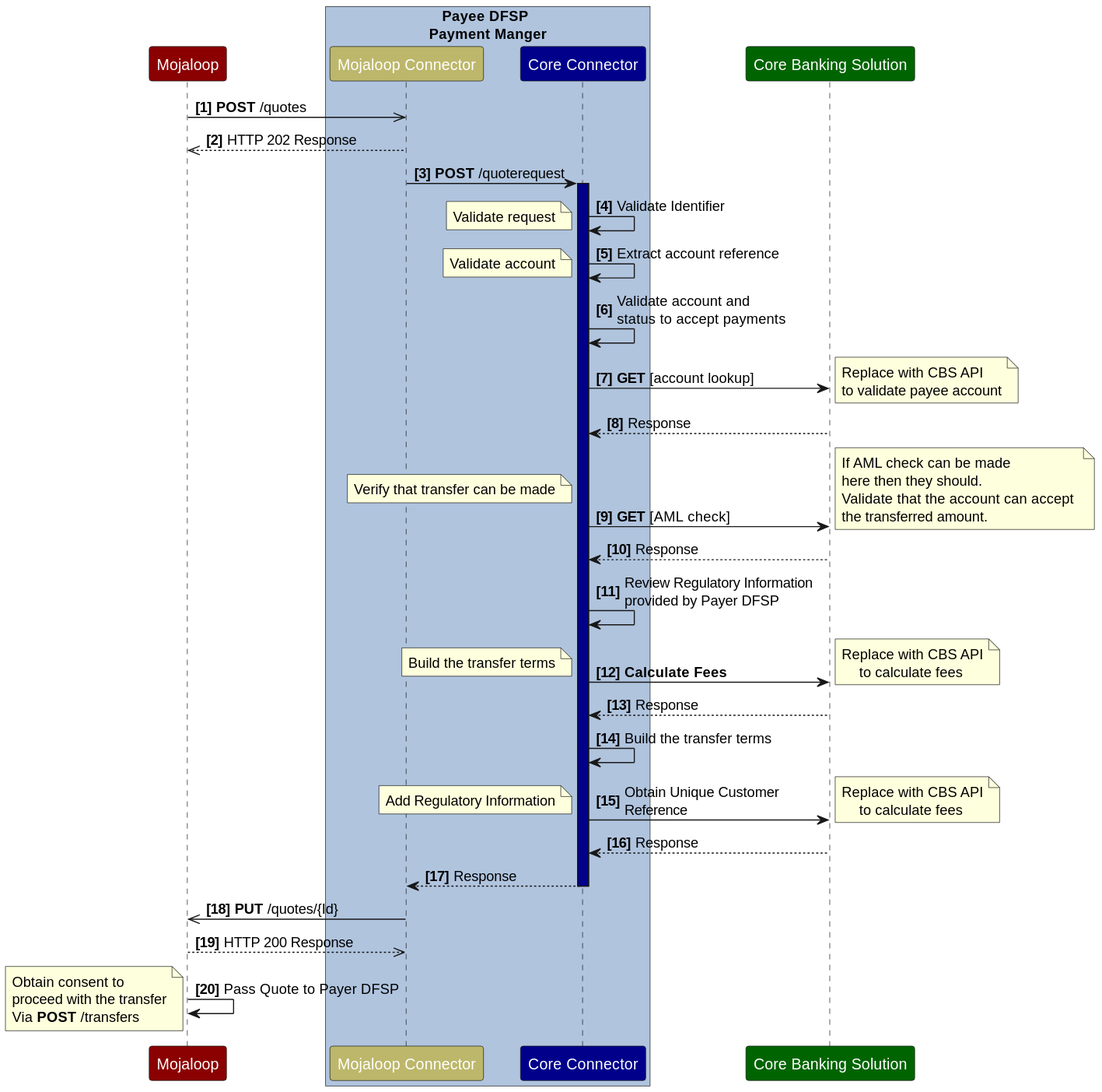
infitx-org/participation-tool-docs keeps this PlantUML diagram as md-docs/images/PayeeDFSPIdealPatternAgreement.svg. Above is the earlier version. The source it was exported from:
```plantuml
@startuml

skinparam participant {
  FontColor white
}
participant "Mojaloop" as Switch #DarkRed
box "   Payee DFSP\nPayment Manger" #LightSteelBlue
  participant "Mojaloop Connector" as MC #DarkKhaki
  participant "Core Connector" as CC  #DarkBlue
end box
participant "Core Banking Solution" as CBS #DarkGreen

autonumber 1 1 "<b>[0]"


Switch->>MC: **POST** /quotes
MC-->>Switch: HTTP 202 Response
MC->CC: **POST** /quoterequest
activate CC #DarkBlue
CC->CC: Validate Identifier
note left
 Validate request
end note
    CC->CC: Extract account reference
note left
 Validate account
end note
    CC->CC: Validate account and \nstatus to accept payments
    CC->CBS: **GET** [account lookup]
    note right
    Replace with CBS API
    to validate payee account
    end note
    CBS-->CC: Response
    CC->CBS: **GET** [AML check]
note left
 Verify that transfer can be made
end note
    note right
    If AML check can be made
    here then they should.
    Validate that the account can accept
    the transferred amount.
    end note
    CBS-->CC: Response
    CC->CC: Review Regulatory Information \nprovided by Payer DFSP
    CC->CBS: **Calculate Fees**
note left
 Build the transfer terms
end note
    note right
    Replace with CBS API
        to calculate fees
    end note
    CBS-->CC: Response
    CC->CC: Build the transfer terms
    CC->CBS: Obtain Unique Customer \nReference
note left
 Add Regulatory Information
end note
    note right
    Replace with CBS API
        to calculate fees
    end note
    CBS-->CC: Response

CC-->MC: Response
deactivate CC
MC->>Switch: **PUT** /quotes/{Id}
Switch-->>MC: HTTP 200 Response

Switch->Switch: Pass Quote to Payer DFSP
note left
Obtain consent to
proceed with the transfer
Via **POST** /transfers
end note
@enduml
```
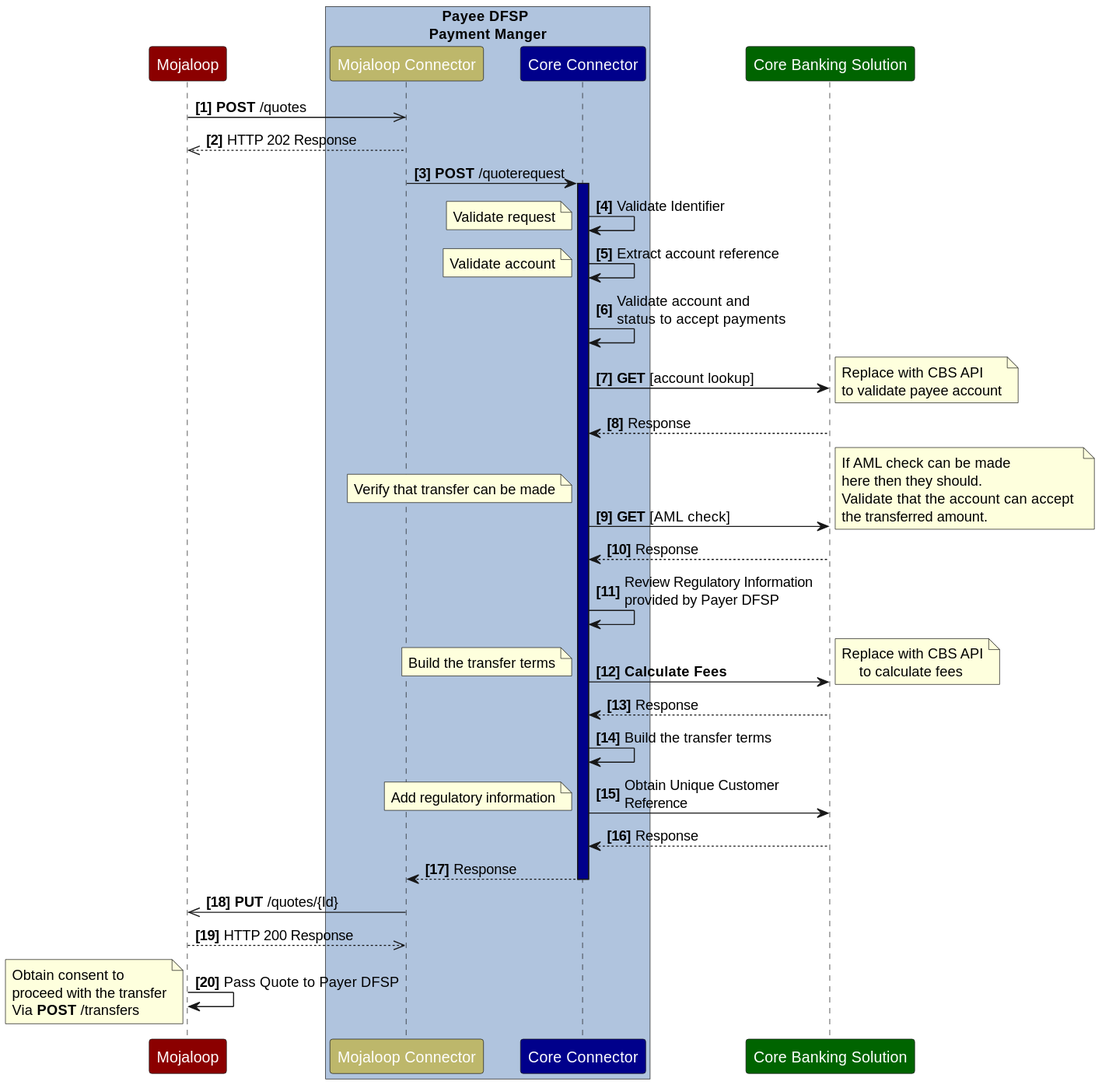
After the change.

What changed in the source:
```diff
@@ -56,12 +56,8 @@
     CC->CC: Build the transfer terms
     CC->CBS: Obtain Unique Customer \nReference
 note left
- Add Regulatory Information
+ Add regulatory information
 end note
-    note right
-    Replace with CBS API
-        to calculate fees
-    end note
     CBS-->CC: Response
 
 CC-->MC: Response
```
